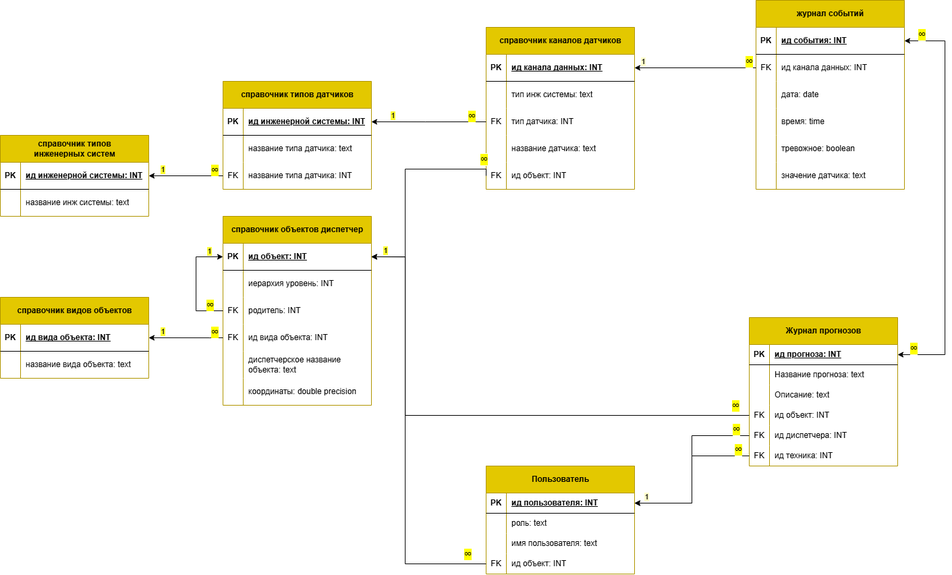
Before: docs/diagram/ER-ERL.drawio.png, a diagram exported from draw.io (sa100h/lct). Source tidied: cells renumbered, new cells last; positions are measured from the earlier drawing's top-left corner, leaving out a move shared by most shapes.
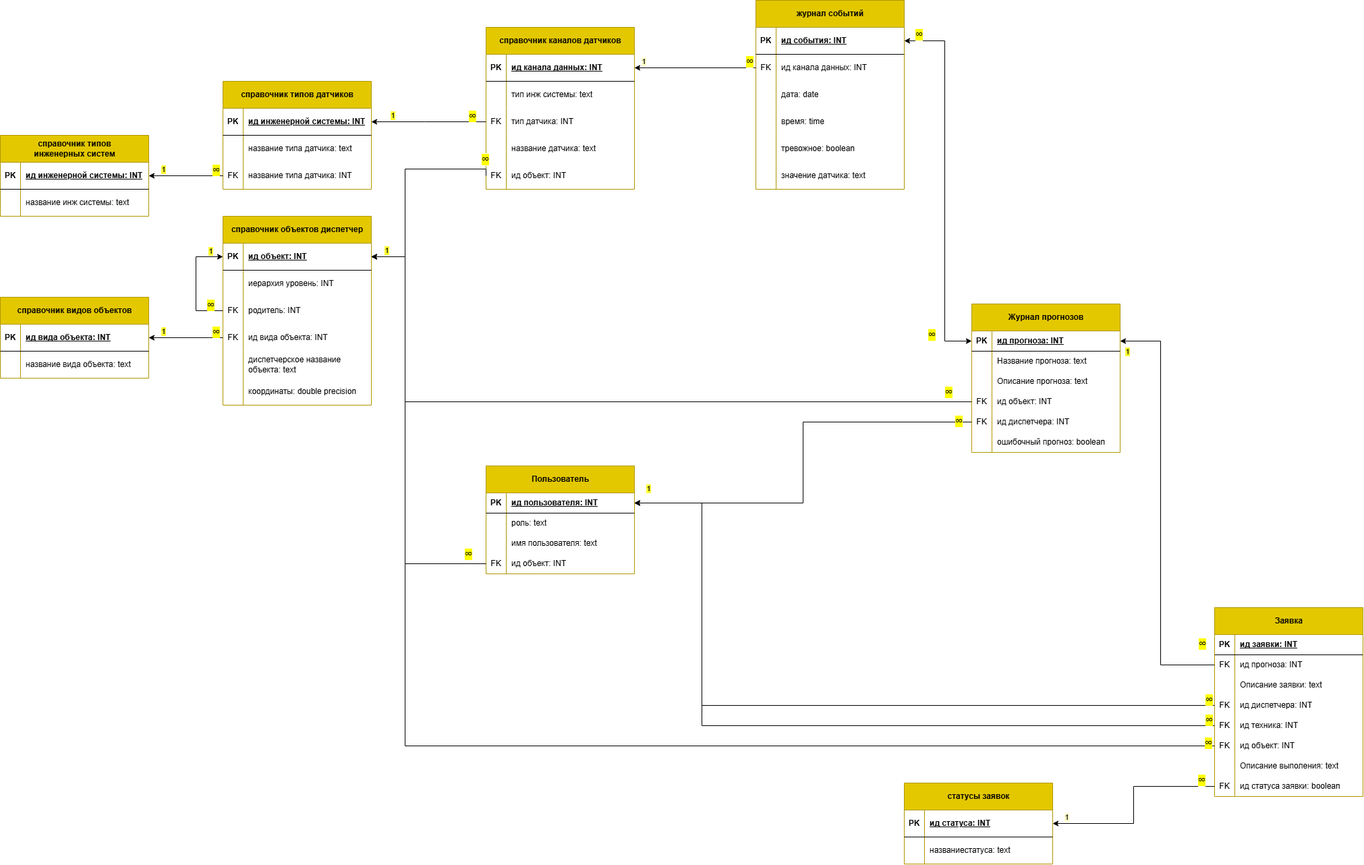
After the commit.

Diff of the diagram source:
```diff
@@ -266,7 +266,7 @@
       </mxGeometry>
     </mxCell>
     <mxCell id="80" value="Журнал прогнозов" style="shape=table;startSize=40;rowLines=0;fontStyle=1;align=center;html=1;fillColor=#e3c800;fontColor=#000000;strokeColor=#B09500;" parent="1" vertex="1">
-      <mxGeometry x="1110" y="470" width="220" height="220" as="geometry" />
+      <mxGeometry x="1440" y="450" width="220" height="220" as="geometry" />
     </mxCell>
     <mxCell id="81" style="shape=tableRow;horizontal=0;startSize=0;swimlaneHead=0;swimlaneBody=0;fillColor=none;points=[[0,0.5],[1,0.5]];portConstraint=eastwest;top=0;left=0;right=0;bottom=1;" parent="80" vertex="1">
       <mxGeometry y="40" width="220" height="30" as="geometry" />
@@ -292,7 +292,7 @@
     <mxCell id="88" style="shape=partialRectangle;fillColor=none;top=0;left=0;bottom=0;right=0;overflow=hidden;whiteSpace=wrap;html=1;" parent="87" vertex="1">
       <mxGeometry width="30" height="30" as="geometry" />
     </mxCell>
-    <mxCell id="89" value="Описание: text" style="shape=partialRectangle;fillColor=none;top=0;left=0;bottom=0;right=0;align=left;spacingLeft=6;overflow=hidden;whiteSpace=wrap;html=1;" parent="87" vertex="1">
+    <mxCell id="89" value="Описание прогноза: text" style="shape=partialRectangle;fillColor=none;top=0;left=0;bottom=0;right=0;align=left;spacingLeft=6;overflow=hidden;whiteSpace=wrap;html=1;" parent="87" vertex="1">
       <mxGeometry x="30" width="190" height="30" as="geometry" />
     </mxCell>
     <mxCell id="90" style="shape=tableRow;horizontal=0;startSize=0;swimlaneHead=0;swimlaneBody=0;fillColor=none;points=[[0,0.5],[1,0.5]];portConstraint=eastwest;top=0;left=0;right=0;bottom=0;" parent="80" vertex="1">
@@ -313,20 +313,20 @@
     <mxCell id="95" value="ид диспетчера: INT" style="shape=partialRectangle;fillColor=none;top=0;left=0;bottom=0;right=0;align=left;spacingLeft=6;overflow=hidden;whiteSpace=wrap;html=1;" parent="93" vertex="1">
       <mxGeometry x="30" width="190" height="30" as="geometry" />
     </mxCell>
-    <mxCell id="96" style="shape=tableRow;horizontal=0;startSize=0;swimlaneHead=0;swimlaneBody=0;fillColor=none;points=[[0,0.5],[1,0.5]];portConstraint=eastwest;top=0;left=0;right=0;bottom=0;" parent="80" vertex="1">
-      <mxGeometry y="190" width="220" height="30" as="geometry" />
-    </mxCell>
-    <mxCell id="97" value="FK" style="shape=partialRectangle;fillColor=none;top=0;left=0;bottom=0;right=0;overflow=hidden;whiteSpace=wrap;html=1;" parent="96" vertex="1">
-      <mxGeometry width="30" height="30" as="geometry" />
-    </mxCell>
-    <mxCell id="98" value="ид техника: INT" style="shape=partialRectangle;fillColor=none;top=0;left=0;bottom=0;right=0;align=left;spacingLeft=6;overflow=hidden;whiteSpace=wrap;html=1;" parent="96" vertex="1">
-      <mxGeometry x="30" width="190" height="30" as="geometry" />
-    </mxCell>
+    <mxCell id="142" style="shape=tableRow;horizontal=0;startSize=0;swimlaneHead=0;swimlaneBody=0;fillColor=none;top=0;left=0;right=0;bottom=0;" parent="80" vertex="1">
+      <mxGeometry y="190" width="220" height="30" as="geometry" />
+    </mxCell>
+    <mxCell id="143" style="shape=partialRectangle;fillColor=none;top=0;left=0;bottom=0;right=0;overflow=hidden;whiteSpace=wrap;html=1;" parent="142" vertex="1">
+      <mxGeometry width="30" height="30" as="geometry" />
+    </mxCell>
+    <mxCell id="144" value="ошибочный прогноз: boolean" style="shape=partialRectangle;fillColor=none;top=0;left=0;bottom=0;right=0;align=left;spacingLeft=6;overflow=hidden;whiteSpace=wrap;html=1;" parent="142" vertex="1">
+      <mxGeometry x="30" width="190" height="30" as="geometry" />
+    </mxCell>
-    <mxCell id="99" style="edgeStyle=orthogonalEdgeStyle;rounded=0;jettySize=auto;html=1;entryX=1;entryY=0.5;entryDx=0;entryDy=0;exitX=1;exitY=0.5;exitDx=0;exitDy=0;startArrow=classic;startFill=1;" parent="1" edge="1" source="41" target="81">
+    <mxCell id="99" style="edgeStyle=orthogonalEdgeStyle;rounded=0;jettySize=auto;html=1;entryX=0;entryY=0.5;entryDx=0;entryDy=0;exitX=1;exitY=0.5;exitDx=0;exitDy=0;startArrow=classic;startFill=1;" parent="1" edge="1" source="41" target="81">
       <mxGeometry relative="1" as="geometry">
         <Array as="points">
           <mxPoint x="1400" y="60" />
-          <mxPoint x="1400" y="525" />
+          <mxPoint x="1400" y="505" />
         </Array>
       </mxGeometry>
     </mxCell>
@@ -343,7 +343,7 @@
     <mxCell id="102" style="edgeStyle=orthogonalEdgeStyle;rounded=0;jettySize=auto;html=1;exitX=0;exitY=0.5;exitDx=0;exitDy=0;entryX=1;entryY=0.5;entryDx=0;entryDy=0;" parent="1" edge="1" source="90" target="3">
       <mxGeometry relative="1" as="geometry">
         <Array as="points">
-          <mxPoint x="600" y="615" />
+          <mxPoint x="600" y="595" />
           <mxPoint x="600" y="380" />
         </Array>
       </mxGeometry>
@@ -353,27 +353,6 @@
         <mxPoint x="15" y="-17" as="offset" />
       </mxGeometry>
     </mxCell>
-    <mxCell id="104" style="edgeStyle=orthogonalEdgeStyle;rounded=0;jettySize=auto;html=1;exitX=0;exitY=0.5;exitDx=0;exitDy=0;entryX=1;entryY=0.5;entryDx=0;entryDy=0;" parent="1" edge="1" source="96" target="60">
-      <mxGeometry relative="1" as="geometry" />
-    </mxCell>
-    <mxCell id="105" value="&lt;span style=&quot;color: rgb(0, 0, 0); font-family: &amp;quot;Google Sans&amp;quot;, Arial, sans-serif, &amp;quot;Noto Color Emoji&amp;quot;; font-size: 16px; background-color: rgb(255, 255, 0);&quot;&gt;∞&lt;/span&gt;" style="edgeLabel;html=1;align=center;verticalAlign=middle;" parent="104" vertex="1">
-      <mxGeometry x="-0.82" relative="1" as="geometry">
-        <mxPoint x="5" y="-10" as="offset" />
-      </mxGeometry>
-    </mxCell>
-    <mxCell id="106" value="1" style="edgeLabel;html=1;align=center;verticalAlign=middle;labelBackgroundColor=light-dark(#FFFFCC,#FFFF33);fontColor=#000000;" parent="104" vertex="1">
-      <mxGeometry x="0.86" relative="1" as="geometry">
-        <mxPoint y="-10" as="offset" />
-      </mxGeometry>
-    </mxCell>
-    <mxCell id="107" style="edgeStyle=orthogonalEdgeStyle;rounded=0;jettySize=auto;html=1;exitX=0;exitY=0.5;exitDx=0;exitDy=0;entryX=1;entryY=0.5;entryDx=0;entryDy=0;" parent="1" edge="1" source="93" target="60">
-      <mxGeometry relative="1" as="geometry" />
-    </mxCell>
-    <mxCell id="108" value="&lt;span style=&quot;color: rgb(0, 0, 0); font-family: &amp;quot;Google Sans&amp;quot;, Arial, sans-serif, &amp;quot;Noto Color Emoji&amp;quot;; font-size: 16px; background-color: rgb(255, 255, 0);&quot;&gt;∞&lt;/span&gt;" style="edgeLabel;html=1;align=center;verticalAlign=middle;" parent="107" vertex="1">
-      <mxGeometry x="-0.82" relative="1" as="geometry">
-        <mxPoint x="5" y="-10" as="offset" />
-      </mxGeometry>
-    </mxCell>
     <mxCell id="109" value="справочник видов объектов" style="shape=table;startSize=40;rowLines=0;fontStyle=1;align=center;html=1;fillColor=#e3c800;fontColor=#000000;strokeColor=#B09500;" parent="1" vertex="1">
       <mxGeometry y="440" width="220" height="120" as="geometry" />
     </mxCell>
@@ -499,5 +478,182 @@
         <mxPoint x="6" y="-12" as="offset" />
       </mxGeometry>
     </mxCell>
+    <mxCell id="145" value="Заявка" style="shape=table;startSize=40;rowLines=0;fontStyle=1;align=center;html=1;fillColor=#e3c800;fontColor=#000000;strokeColor=#B09500;" parent="1" vertex="1">
+      <mxGeometry x="1800" y="900" width="220" height="280" as="geometry" />
+    </mxCell>
+    <mxCell id="146" style="shape=tableRow;horizontal=0;startSize=0;swimlaneHead=0;swimlaneBody=0;fillColor=none;top=0;left=0;right=0;bottom=1;" parent="145" vertex="1">
+      <mxGeometry y="40" width="220" height="30" as="geometry" />
+    </mxCell>
+    <mxCell id="147" value="PK" style="shape=partialRectangle;fillColor=none;top=0;left=0;bottom=0;right=0;fontStyle=1;overflow=hidden;whiteSpace=wrap;html=1;" parent="146" vertex="1">
+      <mxGeometry width="30" height="30" as="geometry" />
+    </mxCell>
+    <mxCell id="148" value="ид заявки: INT" style="shape=partialRectangle;fillColor=none;top=0;left=0;bottom=0;right=0;align=left;spacingLeft=6;fontStyle=5;overflow=hidden;whiteSpace=wrap;html=1;" parent="146" vertex="1">
+      <mxGeometry x="30" width="190" height="30" as="geometry" />
+    </mxCell>
+    <mxCell id="149" style="shape=tableRow;horizontal=0;startSize=0;swimlaneHead=0;swimlaneBody=0;fillColor=none;points=[[0,0.5],[1,0.5]];portConstraint=eastwest;top=0;left=0;right=0;bottom=0;" parent="145" vertex="1">
+      <mxGeometry y="70" width="220" height="30" as="geometry" />
+    </mxCell>
+    <mxCell id="150" value="FK" style="shape=partialRectangle;fillColor=none;top=0;left=0;bottom=0;right=0;overflow=hidden;whiteSpace=wrap;html=1;" parent="149" vertex="1">
+      <mxGeometry width="30" height="30" as="geometry" />
+    </mxCell>
+    <mxCell id="151" value="ид прогноза: INT" style="shape=partialRectangle;fillColor=none;top=0;left=0;bottom=0;right=0;align=left;spacingLeft=6;overflow=hidden;whiteSpace=wrap;html=1;" parent="149" vertex="1">
+      <mxGeometry x="30" width="190" height="30" as="geometry" />
+    </mxCell>
+    <mxCell id="152" style="shape=tableRow;horizontal=0;startSize=0;swimlaneHead=0;swimlaneBody=0;fillColor=none;top=0;left=0;right=0;bottom=0;" parent="145" vertex="1">
+      <mxGeometry y="100" width="220" height="30" as="geometry" />
+    </mxCell>
+    <mxCell id="153" style="shape=partialRectangle;fillColor=none;top=0;left=0;bottom=0;right=0;overflow=hidden;whiteSpace=wrap;html=1;" parent="152" vertex="1">
+      <mxGeometry width="30" height="30" as="geometry" />
+    </mxCell>
+    <mxCell id="154" value="Описание заявки: text" style="shape=partialRectangle;fillColor=none;top=0;left=0;bottom=0;right=0;align=left;spacingLeft=6;overflow=hidden;whiteSpace=wrap;html=1;" parent="152" vertex="1">
+      <mxGeometry x="30" width="190" height="30" as="geometry" />
+    </mxCell>
+    <mxCell id="155" style="shape=tableRow;horizontal=0;startSize=0;swimlaneHead=0;swimlaneBody=0;fillColor=none;points=[[0,0.5],[1,0.5]];portConstraint=eastwest;top=0;left=0;right=0;bottom=0;" parent="145" vertex="1">
+      <mxGeometry y="130" width="220" height="30" as="geometry" />
+    </mxCell>
+    <mxCell id="156" value="FK" style="shape=partialRectangle;fillColor=none;top=0;left=0;bottom=0;right=0;overflow=hidden;whiteSpace=wrap;html=1;" parent="155" vertex="1">
+      <mxGeometry width="30" height="30" as="geometry" />
+    </mxCell>
+    <mxCell id="157" value="ид диспетчера: INT" style="shape=partialRectangle;fillColor=none;top=0;left=0;bottom=0;right=0;align=left;spacingLeft=6;overflow=hidden;whiteSpace=wrap;html=1;" parent="155" vertex="1">
+      <mxGeometry x="30" width="190" height="30" as="geometry" />
+    </mxCell>
+    <mxCell id="158" style="shape=tableRow;horizontal=0;startSize=0;swimlaneHead=0;swimlaneBody=0;fillColor=none;points=[[0,0.5],[1,0.5]];portConstraint=eastwest;top=0;left=0;right=0;bottom=0;" parent="145" vertex="1">
+      <mxGeometry y="160" width="220" height="30" as="geometry" />
+    </mxCell>
+    <mxCell id="159" value="FK" style="shape=partialRectangle;fillColor=none;top=0;left=0;bottom=0;right=0;overflow=hidden;whiteSpace=wrap;html=1;" parent="158" vertex="1">
+      <mxGeometry width="30" height="30" as="geometry" />
+    </mxCell>
+    <mxCell id="98" value="ид техника: INT" style="shape=partialRectangle;fillColor=none;top=0;left=0;bottom=0;right=0;align=left;spacingLeft=6;overflow=hidden;whiteSpace=wrap;html=1;" parent="158" vertex="1">
+      <mxGeometry x="30" width="190" height="30" as="geometry" />
+    </mxCell>
+    <mxCell id="160" style="shape=tableRow;horizontal=0;startSize=0;swimlaneHead=0;swimlaneBody=0;fillColor=none;points=[[0,0.5],[1,0.5]];portConstraint=eastwest;top=0;left=0;right=0;bottom=0;" parent="145" vertex="1">
+      <mxGeometry y="190" width="220" height="30" as="geometry" />
+    </mxCell>
+    <mxCell id="161" value="FK" style="shape=partialRectangle;fillColor=none;top=0;left=0;bottom=0;right=0;overflow=hidden;whiteSpace=wrap;html=1;" parent="160" vertex="1">
+      <mxGeometry width="30" height="30" as="geometry" />
+    </mxCell>
+    <mxCell id="162" value="ид объект: INT" style="shape=partialRectangle;fillColor=none;top=0;left=0;bottom=0;right=0;align=left;spacingLeft=6;overflow=hidden;whiteSpace=wrap;html=1;" parent="160" vertex="1">
+      <mxGeometry x="30" width="190" height="30" as="geometry" />
+    </mxCell>
+    <mxCell id="163" style="shape=tableRow;horizontal=0;startSize=0;swimlaneHead=0;swimlaneBody=0;fillColor=none;top=0;left=0;right=0;bottom=0;" parent="145" vertex="1">
+      <mxGeometry y="220" width="220" height="30" as="geometry" />
+    </mxCell>
+    <mxCell id="164" style="shape=partialRectangle;fillColor=none;top=0;left=0;bottom=0;right=0;overflow=hidden;whiteSpace=wrap;html=1;" parent="163" vertex="1">
+      <mxGeometry width="30" height="30" as="geometry" />
+    </mxCell>
+    <mxCell id="165" value="Описание выполения: text" style="shape=partialRectangle;fillColor=none;top=0;left=0;bottom=0;right=0;align=left;spacingLeft=6;overflow=hidden;whiteSpace=wrap;html=1;" parent="163" vertex="1">
+      <mxGeometry x="30" width="190" height="30" as="geometry" />
+    </mxCell>
+    <mxCell id="166" style="shape=tableRow;horizontal=0;startSize=0;swimlaneHead=0;swimlaneBody=0;fillColor=none;points=[[0,0.5],[1,0.5]];portConstraint=eastwest;top=0;left=0;right=0;bottom=0;" parent="145" vertex="1">
+      <mxGeometry y="250" width="220" height="30" as="geometry" />
+    </mxCell>
+    <mxCell id="167" value="FK" style="shape=partialRectangle;fillColor=none;top=0;left=0;bottom=0;right=0;overflow=hidden;whiteSpace=wrap;html=1;" parent="166" vertex="1">
+      <mxGeometry width="30" height="30" as="geometry" />
+    </mxCell>
+    <mxCell id="168" value="ид статуса заявки: boolean" style="shape=partialRectangle;fillColor=none;top=0;left=0;bottom=0;right=0;align=left;spacingLeft=6;overflow=hidden;whiteSpace=wrap;html=1;" parent="166" vertex="1">
+      <mxGeometry x="30" width="190" height="30" as="geometry" />
+    </mxCell>
+    <mxCell id="169" style="edgeStyle=orthogonalEdgeStyle;rounded=0;jettySize=auto;html=1;entryX=1;entryY=0.5;entryDx=0;entryDy=0;exitX=0;exitY=0.5;exitDx=0;exitDy=0;" parent="1" edge="1" source="155" target="60">
+      <mxGeometry relative="1" as="geometry">
+        <Array as="points">
+          <mxPoint x="1040" y="1045" />
+          <mxPoint x="1040" y="745" />
+        </Array>
+      </mxGeometry>
+    </mxCell>
+    <mxCell id="170" value="1" style="edgeLabel;html=1;align=center;verticalAlign=middle;labelBackgroundColor=#FFFF33;fontColor=#000000;" parent="169" vertex="1">
+      <mxGeometry x="0.65" y="-3" relative="1" as="geometry">
+        <mxPoint x="-83" y="-127" as="offset" />
+      </mxGeometry>
+    </mxCell>
+    <mxCell id="171" value="&lt;mark style=&quot;font-family: &amp;quot;Google Sans&amp;quot;, Arial, sans-serif, &amp;quot;Noto Color Emoji&amp;quot;; font-size: 16px; margin: 0px; border-bottom: 0px rgb(238, 240, 255);&quot; class=&quot;MAeH&quot;&gt;∞&lt;/mark&gt;" style="edgeLabel;html=1;align=center;verticalAlign=middle;" parent="169" vertex="1">
+      <mxGeometry x="-0.67" y="3" relative="1" as="geometry">
+        <mxPoint x="178" y="-12" as="offset" />
+      </mxGeometry>
+    </mxCell>
+    <mxCell id="172" style="edgeStyle=orthogonalEdgeStyle;rounded=0;jettySize=auto;html=1;exitX=0;exitY=0.5;exitDx=0;exitDy=0;entryX=1;entryY=0.5;entryDx=0;entryDy=0;" parent="1" edge="1" source="149" target="81">
+      <mxGeometry relative="1" as="geometry">
+        <Array as="points">
+          <mxPoint x="1720" y="985" />
+          <mxPoint x="1720" y="505" />
+        </Array>
+      </mxGeometry>
+    </mxCell>
+    <mxCell id="173" value="1" style="edgeLabel;html=1;align=center;verticalAlign=middle;labelBackgroundColor=#FFFF33;fontColor=#000000;" parent="172" vertex="1">
+      <mxGeometry x="0.65" y="-3" relative="1" as="geometry">
+        <mxPoint x="-53" y="-35" as="offset" />
+      </mxGeometry>
+    </mxCell>
+    <mxCell id="174" value="&lt;mark style=&quot;font-family: &amp;quot;Google Sans&amp;quot;, Arial, sans-serif, &amp;quot;Noto Color Emoji&amp;quot;; font-size: 16px; margin: 0px; border-bottom: 0px rgb(238, 240, 255);&quot; class=&quot;MAeH&quot;&gt;∞&lt;/mark&gt;" style="edgeLabel;html=1;align=center;verticalAlign=middle;" parent="172" vertex="1">
+      <mxGeometry x="-0.67" y="3" relative="1" as="geometry">
+        <mxPoint x="64" y="-12" as="offset" />
+      </mxGeometry>
+    </mxCell>
+    <mxCell id="175" style="edgeStyle=orthogonalEdgeStyle;rounded=0;jettySize=auto;html=1;entryX=1;entryY=0.5;entryDx=0;entryDy=0;exitX=0;exitY=0.5;exitDx=0;exitDy=0;" parent="1" edge="1" source="160" target="3">
+      <mxGeometry relative="1" as="geometry">
+        <Array as="points">
+          <mxPoint x="600" y="1105" />
+          <mxPoint x="600" y="380" />
+        </Array>
+      </mxGeometry>
+    </mxCell>
+    <mxCell id="176" value="&lt;span style=&quot;color: rgb(0, 0, 0); font-family: &amp;quot;Google Sans&amp;quot;, Arial, sans-serif, &amp;quot;Noto Color Emoji&amp;quot;; font-size: 16px; background-color: rgb(255, 255, 0);&quot;&gt;∞&lt;/span&gt;" style="edgeLabel;html=1;align=center;verticalAlign=middle;" parent="175" vertex="1">
+      <mxGeometry x="-0.91" y="2" relative="1" as="geometry">
+        <mxPoint x="77" y="-7" as="offset" />
+      </mxGeometry>
+    </mxCell>
+    <mxCell id="177" style="edgeStyle=orthogonalEdgeStyle;rounded=0;jettySize=auto;html=1;entryX=1;entryY=0.5;entryDx=0;entryDy=0;exitX=0;exitY=0.5;exitDx=0;exitDy=0;" parent="1" edge="1" source="158" target="60">
+      <mxGeometry relative="1" as="geometry">
+        <Array as="points">
+          <mxPoint x="1040" y="1075" />
+          <mxPoint x="1040" y="745" />
+        </Array>
+      </mxGeometry>
+    </mxCell>
+    <mxCell id="178" value="&lt;mark style=&quot;font-family: &amp;quot;Google Sans&amp;quot;, Arial, sans-serif, &amp;quot;Noto Color Emoji&amp;quot;; font-size: 16px; margin: 0px; border-bottom: 0px rgb(238, 240, 255);&quot; class=&quot;MAeH&quot;&gt;∞&lt;/mark&gt;" style="edgeLabel;html=1;align=center;verticalAlign=middle;" parent="177" vertex="1">
+      <mxGeometry x="-0.67" y="3" relative="1" as="geometry">
+        <mxPoint x="183" y="-12" as="offset" />
+      </mxGeometry>
+    </mxCell>
+    <mxCell id="107" style="edgeStyle=orthogonalEdgeStyle;rounded=0;jettySize=auto;html=1;exitX=0;exitY=0.5;exitDx=0;exitDy=0;entryX=1;entryY=0.5;entryDx=0;entryDy=0;" parent="1" edge="1" source="93" target="60">
+      <mxGeometry relative="1" as="geometry" />
+    </mxCell>
+    <mxCell id="179" value="&lt;span style=&quot;font-family: &amp;quot;Google Sans&amp;quot;, Arial, sans-serif, &amp;quot;Noto Color Emoji&amp;quot;; font-size: 16px; background-color: rgb(255, 255, 0);&quot;&gt;∞&lt;/span&gt;" style="edgeLabel;html=1;align=center;verticalAlign=middle;" parent="107" vertex="1">
+      <mxGeometry x="-0.94" y="-2" relative="1" as="geometry" />
+    </mxCell>
+    <mxCell id="180" value="статусы заявок" style="shape=table;startSize=40;rowLines=0;fontStyle=1;align=center;html=1;fillColor=#e3c800;fontColor=#000000;strokeColor=#B09500;" parent="1" vertex="1">
+      <mxGeometry x="1340" y="1160" width="220" height="120" as="geometry" />
+    </mxCell>
+    <mxCell id="181" style="shape=tableRow;horizontal=0;startSize=0;swimlaneHead=0;swimlaneBody=0;fillColor=none;points=[[0,0.5],[1,0.5]];portConstraint=eastwest;top=0;left=0;right=0;bottom=1;" parent="180" vertex="1">
+      <mxGeometry y="40" width="220" height="40" as="geometry" />
+    </mxCell>
+    <mxCell id="182" value="PK" style="shape=partialRectangle;fillColor=none;top=0;left=0;bottom=0;right=0;fontStyle=1;overflow=hidden;whiteSpace=wrap;html=1;" parent="181" vertex="1">
+      <mxGeometry width="30" height="40" as="geometry" />
+    </mxCell>
+    <mxCell id="183" value="ид статуса: INT" style="shape=partialRectangle;fillColor=none;top=0;left=0;bottom=0;right=0;align=left;spacingLeft=6;fontStyle=5;overflow=hidden;whiteSpace=wrap;html=1;" parent="181" vertex="1">
+      <mxGeometry x="30" width="190" height="40" as="geometry" />
+    </mxCell>
+    <mxCell id="184" style="shape=tableRow;horizontal=0;startSize=0;swimlaneHead=0;swimlaneBody=0;fillColor=none;top=0;left=0;right=0;bottom=0;" parent="180" vertex="1">
+      <mxGeometry y="80" width="220" height="40" as="geometry" />
+    </mxCell>
+    <mxCell id="185" style="shape=partialRectangle;fillColor=none;top=0;left=0;bottom=0;right=0;overflow=hidden;whiteSpace=wrap;html=1;" parent="184" vertex="1">
+      <mxGeometry width="30" height="40" as="geometry" />
+    </mxCell>
+    <mxCell id="186" value="названиестатуса: text" style="shape=partialRectangle;fillColor=none;top=0;left=0;bottom=0;right=0;align=left;spacingLeft=6;overflow=hidden;whiteSpace=wrap;html=1;" parent="184" vertex="1">
+      <mxGeometry x="30" width="190" height="40" as="geometry" />
+    </mxCell>
+    <mxCell id="187" style="edgeStyle=orthogonalEdgeStyle;rounded=0;jettySize=auto;html=1;exitX=0;exitY=0.5;exitDx=0;exitDy=0;entryX=1;entryY=0.5;entryDx=0;entryDy=0;" parent="1" edge="1" source="166" target="181">
+      <mxGeometry relative="1" as="geometry" />
+    </mxCell>
+    <mxCell id="188" value="&lt;span style=&quot;color: rgb(0, 0, 0); font-family: &amp;quot;Google Sans&amp;quot;, Arial, sans-serif, &amp;quot;Noto Color Emoji&amp;quot;; font-size: 16px; background-color: rgb(255, 255, 0);&quot;&gt;∞&lt;/span&gt;" style="edgeLabel;html=1;align=center;verticalAlign=middle;" parent="187" vertex="1">
+      <mxGeometry x="-0.82" relative="1" as="geometry">
+        <mxPoint x="5" y="-10" as="offset" />
+      </mxGeometry>
+    </mxCell>
+    <mxCell id="106" value="1" style="edgeLabel;html=1;align=center;verticalAlign=middle;labelBackgroundColor=light-dark(#FFFFCC,#FFFF33);fontColor=#000000;" parent="187" vertex="1">
+      <mxGeometry x="0.86" relative="1" as="geometry">
+        <mxPoint y="-10" as="offset" />
+      </mxGeometry>
+    </mxCell>
   </root>
 </mxGraphModel>
```
